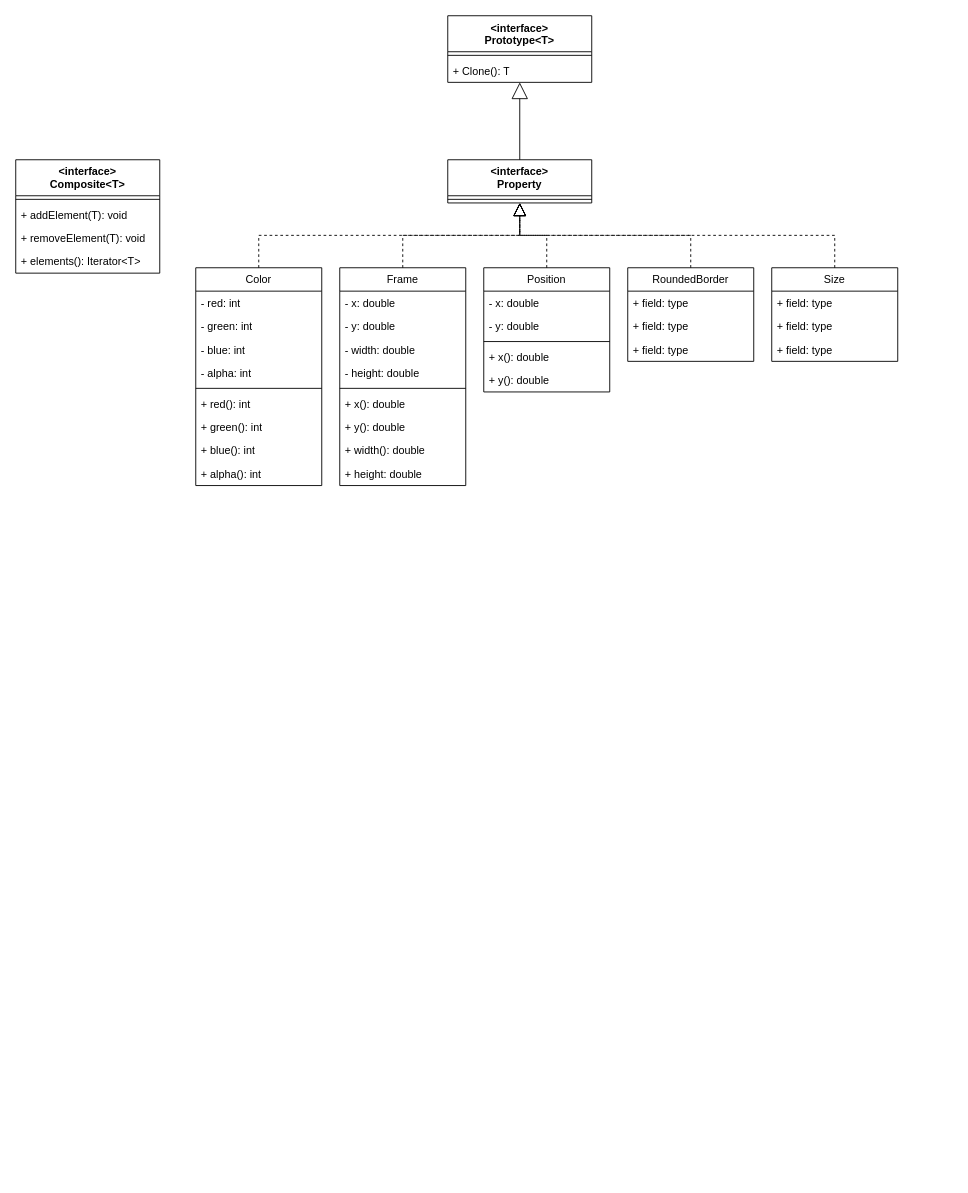
Before: Diagramme sans nom.drawio in FlorianClaisse/drawio, a draw.io diagram. Source tidied: cells renumbered, new cells numbered last; positions are measured from the earlier drawing's top-left corner, leaving out a move shared by most shapes. Both pictures are drawn from the tidied source at 90%, with x=0, y=0 at pixel (15, 15).
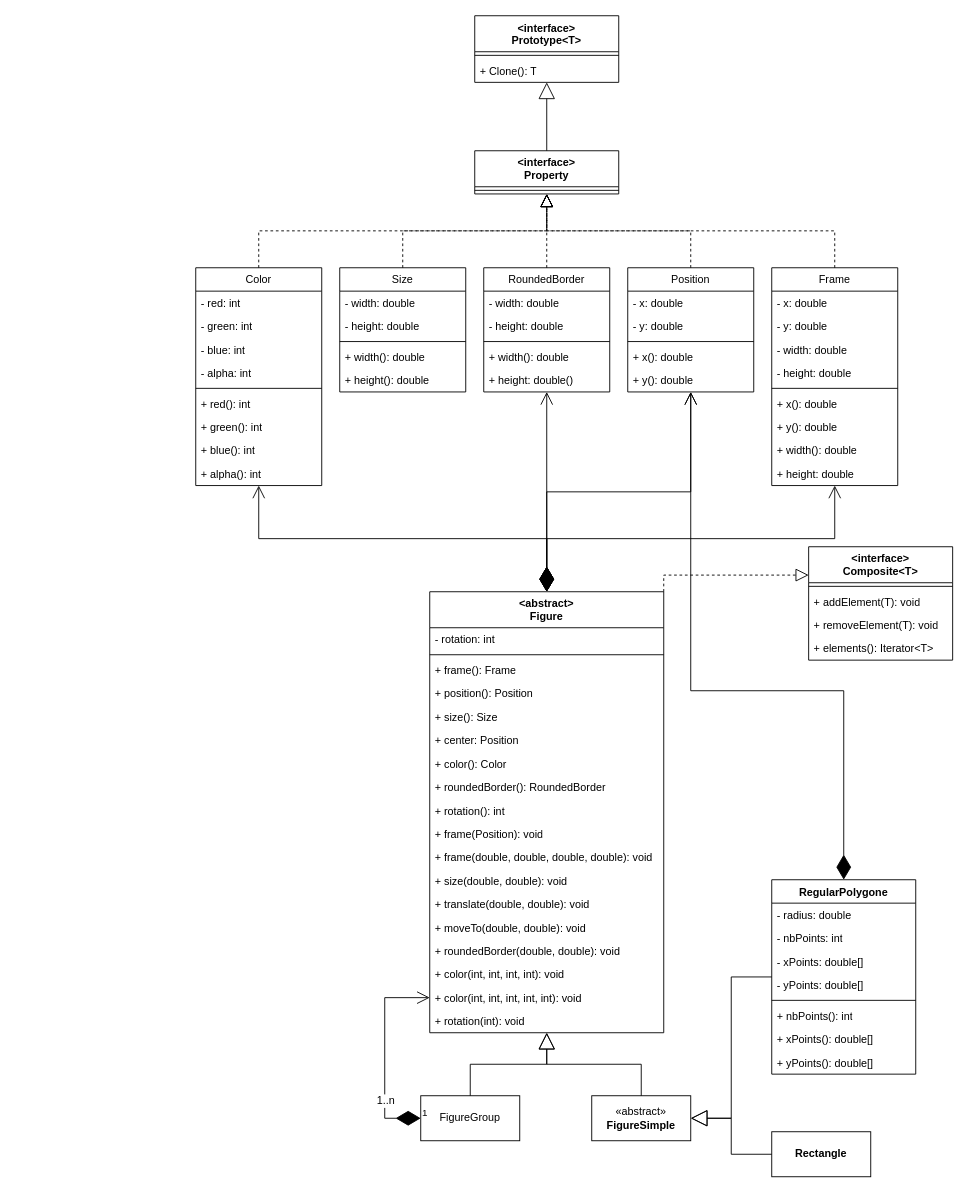
The same diagram, later.

Commit message (it also covers changes not shown here):
Mettre à jour Diagramme sans nom.drawio

Unchanged cells that the change refers to:
```xml
<mxCell id="12" value="Color" style="swimlane;fontStyle=0;horizontal=1;startSize=26;fillColor=none;whiteSpace=wrap;html=1;" parent="1" vertex="1">
  <mxGeometry x="200" y="280" width="140" height="242" as="geometry" />
</mxCell>
```

Change to the diagram source:
```diff
@@
     <mxCell id="2" value="&amp;lt;interface&amp;gt;&lt;div&gt;Prototype&amp;lt;T&amp;gt;&lt;/div&gt;" style="swimlane;fontStyle=1;align=center;verticalAlign=top;horizontal=1;startSize=40;whiteSpace=wrap;html=1;" parent="1" vertex="1">
-      <mxGeometry x="480" width="160" height="74" as="geometry" />
+      <mxGeometry x="510" width="160" height="74" as="geometry" />
     </mxCell>
@@
     <mxCell id="5" value="&amp;lt;interface&amp;gt;&lt;div&gt;Composite&amp;lt;T&amp;gt;&lt;/div&gt;" style="swimlane;fontStyle=1;align=center;verticalAlign=top;horizontal=1;startSize=40;whiteSpace=wrap;html=1;" parent="1" vertex="1">
-      <mxGeometry y="160" width="160" height="126" as="geometry" />
+      <mxGeometry x="881" y="590" width="160" height="126" as="geometry" />
     </mxCell>
@@
     <mxCell id="10" value="&amp;lt;interface&amp;gt;&lt;div&gt;Property&lt;/div&gt;" style="swimlane;fontStyle=1;align=center;verticalAlign=top;horizontal=1;startSize=40;whiteSpace=wrap;html=1;" parent="1" vertex="1">
-      <mxGeometry x="480" y="160" width="160" height="48" as="geometry" />
+      <mxGeometry x="510" y="150" width="160" height="48" as="geometry" />
     </mxCell>
@@
     <mxCell id="22" value="Size" style="swimlane;fontStyle=0;horizontal=1;startSize=26;fillColor=none;whiteSpace=wrap;html=1;" parent="1" vertex="1">
-      <mxGeometry x="840" y="280" width="140" height="104" as="geometry" />
+      <mxGeometry x="360" y="280" width="140" height="138" as="geometry" />
     </mxCell>
-    <mxCell id="23" value="+ field: type" style="text;strokeColor=none;fillColor=none;align=left;verticalAlign=top;spacingLeft=4;spacingRight=4;overflow=hidden;whiteSpace=wrap;html=1;" parent="22" vertex="1">
+    <mxCell id="23" value="- width: double" style="text;strokeColor=none;fillColor=none;align=left;verticalAlign=top;spacingLeft=4;spacingRight=4;overflow=hidden;whiteSpace=wrap;html=1;" parent="22" vertex="1">
       <mxGeometry y="26" width="140" height="26" as="geometry" />
     </mxCell>
-    <mxCell id="24" value="+ field: type" style="text;strokeColor=none;fillColor=none;align=left;verticalAlign=top;spacingLeft=4;spacingRight=4;overflow=hidden;whiteSpace=wrap;html=1;" parent="22" vertex="1">
+    <mxCell id="24" value="- height: double" style="text;strokeColor=none;fillColor=none;align=left;verticalAlign=top;spacingLeft=4;spacingRight=4;overflow=hidden;whiteSpace=wrap;html=1;" parent="22" vertex="1">
       <mxGeometry y="52" width="140" height="26" as="geometry" />
     </mxCell>
+    <mxCell id="52" style="line;strokeWidth=1;fillColor=none;align=left;verticalAlign=middle;spacingTop=-1;spacingLeft=3;spacingRight=3;labelPosition=right;strokeColor=inherit;" parent="22" vertex="1">
+      <mxGeometry y="78" width="140" height="8" as="geometry" />
+    </mxCell>
-    <mxCell id="25" value="+ field: type" style="text;strokeColor=none;fillColor=none;align=left;verticalAlign=top;spacingLeft=4;spacingRight=4;overflow=hidden;whiteSpace=wrap;html=1;" parent="22" vertex="1">
-      <mxGeometry y="78" width="140" height="26" as="geometry" />
+    <mxCell id="25" value="+ width(): double" style="text;strokeColor=none;fillColor=none;align=left;verticalAlign=top;spacingLeft=4;spacingRight=4;overflow=hidden;whiteSpace=wrap;html=1;" parent="22" vertex="1">
+      <mxGeometry y="86" width="140" height="26" as="geometry" />
     </mxCell>
+    <mxCell id="53" value="+ height(): double" style="text;strokeColor=none;fillColor=none;align=left;verticalAlign=top;spacingLeft=4;spacingRight=4;overflow=hidden;whiteSpace=wrap;html=1;" parent="22" vertex="1">
+      <mxGeometry y="112" width="140" height="26" as="geometry" />
+    </mxCell>
     <mxCell id="26" value="RoundedBorder" style="swimlane;fontStyle=0;horizontal=1;startSize=26;fillColor=none;whiteSpace=wrap;html=1;" parent="1" vertex="1">
-      <mxGeometry x="680" y="280" width="140" height="104" as="geometry" />
+      <mxGeometry x="520" y="280" width="140" height="138" as="geometry" />
     </mxCell>
-    <mxCell id="27" value="+ field: type" style="text;strokeColor=none;fillColor=none;align=left;verticalAlign=top;spacingLeft=4;spacingRight=4;overflow=hidden;whiteSpace=wrap;html=1;" parent="26" vertex="1">
+    <mxCell id="27" value="- width: double" style="text;strokeColor=none;fillColor=none;align=left;verticalAlign=top;spacingLeft=4;spacingRight=4;overflow=hidden;whiteSpace=wrap;html=1;" parent="26" vertex="1">
       <mxGeometry y="26" width="140" height="26" as="geometry" />
     </mxCell>
-    <mxCell id="28" value="+ field: type" style="text;strokeColor=none;fillColor=none;align=left;verticalAlign=top;spacingLeft=4;spacingRight=4;overflow=hidden;whiteSpace=wrap;html=1;" parent="26" vertex="1">
+    <mxCell id="28" value="- height: double" style="text;strokeColor=none;fillColor=none;align=left;verticalAlign=top;spacingLeft=4;spacingRight=4;overflow=hidden;whiteSpace=wrap;html=1;" parent="26" vertex="1">
       <mxGeometry y="52" width="140" height="26" as="geometry" />
     </mxCell>
-    <mxCell id="29" value="+ field: type" style="text;strokeColor=none;fillColor=none;align=left;verticalAlign=top;spacingLeft=4;spacingRight=4;overflow=hidden;whiteSpace=wrap;html=1;" parent="26" vertex="1">
-      <mxGeometry y="78" width="140" height="26" as="geometry" />
-    </mxCell>
+    <mxCell id="54" style="line;strokeWidth=1;fillColor=none;align=left;verticalAlign=middle;spacingTop=-1;spacingLeft=3;spacingRight=3;labelPosition=right;strokeColor=inherit;" parent="26" vertex="1">
+      <mxGeometry y="78" width="140" height="8" as="geometry" />
+    </mxCell>
+    <mxCell id="55" value="+ width(): double" style="text;strokeColor=none;fillColor=none;align=left;verticalAlign=top;spacingLeft=4;spacingRight=4;overflow=hidden;whiteSpace=wrap;html=1;" parent="26" vertex="1">
+      <mxGeometry y="86" width="140" height="26" as="geometry" />
+    </mxCell>
+    <mxCell id="56" value="+ height: double()" style="text;strokeColor=none;fillColor=none;align=left;verticalAlign=top;spacingLeft=4;spacingRight=4;overflow=hidden;whiteSpace=wrap;html=1;" parent="26" vertex="1">
+      <mxGeometry y="112" width="140" height="26" as="geometry" />
+    </mxCell>
     <mxCell id="30" value="Position" style="swimlane;fontStyle=0;horizontal=1;startSize=26;fillColor=none;whiteSpace=wrap;html=1;" parent="1" vertex="1">
-      <mxGeometry x="520" y="280" width="140" height="138" as="geometry" />
+      <mxGeometry x="680" y="280" width="140" height="138" as="geometry" />
     </mxCell>
@@
     <mxCell id="36" value="Frame" style="swimlane;fontStyle=0;horizontal=1;startSize=26;fillColor=none;whiteSpace=wrap;html=1;" parent="1" vertex="1">
-      <mxGeometry x="360" y="280" width="140" height="242" as="geometry" />
+      <mxGeometry x="840" y="280" width="140" height="242" as="geometry" />
     </mxCell>
@@
-    <mxCell id="46" style="endArrow=block;endSize=16;endFill=0;html=1;rounded=0;exitX=0.5;exitY=0;exitDx=0;exitDy=0;" parent="1" edge="1" source="10" target="2">
+    <mxCell id="46" style="endArrow=block;endSize=16;endFill=0;html=1;rounded=0;exitX=0.5;exitY=0;exitDx=0;exitDy=0;edgeStyle=orthogonalEdgeStyle;" parent="1" edge="1" source="10" target="2">
       <mxGeometry relative="1" as="geometry" />
     </mxCell>
@@
+    <mxCell id="57" value="&lt;div&gt;&amp;lt;abstract&amp;gt;&lt;/div&gt;Figure" style="swimlane;fontStyle=1;align=center;verticalAlign=top;horizontal=1;startSize=40;whiteSpace=wrap;html=1;" parent="1" vertex="1">
+      <mxGeometry x="460" y="640" width="260" height="490" as="geometry" />
+    </mxCell>
+    <mxCell id="58" value="- rotation: int" style="text;strokeColor=none;fillColor=none;align=left;verticalAlign=top;spacingLeft=4;spacingRight=4;overflow=hidden;whiteSpace=wrap;html=1;" parent="57" vertex="1">
+      <mxGeometry y="40" width="260" height="26" as="geometry" />
+    </mxCell>
+    <mxCell id="59" style="line;strokeWidth=1;fillColor=none;align=left;verticalAlign=middle;spacingTop=-1;spacingLeft=3;spacingRight=3;labelPosition=right;strokeColor=inherit;" parent="57" vertex="1">
+      <mxGeometry y="66" width="260" height="8" as="geometry" />
+    </mxCell>
+    <mxCell id="60" value="+ frame(): Frame" style="text;strokeColor=none;fillColor=none;align=left;verticalAlign=top;spacingLeft=4;spacingRight=4;overflow=hidden;whiteSpace=wrap;html=1;" parent="57" vertex="1">
+      <mxGeometry y="74" width="260" height="26" as="geometry" />
+    </mxCell>
+    <mxCell id="61" value="+ position(): Position" style="text;strokeColor=none;fillColor=none;align=left;verticalAlign=top;spacingLeft=4;spacingRight=4;overflow=hidden;whiteSpace=wrap;html=1;" parent="57" vertex="1">
+      <mxGeometry y="100" width="260" height="26" as="geometry" />
+    </mxCell>
+    <mxCell id="62" value="+ size(): Size" style="text;strokeColor=none;fillColor=none;align=left;verticalAlign=top;spacingLeft=4;spacingRight=4;overflow=hidden;whiteSpace=wrap;html=1;" parent="57" vertex="1">
+      <mxGeometry y="126" width="260" height="26" as="geometry" />
+    </mxCell>
+    <mxCell id="63" value="+ center: Position" style="text;strokeColor=none;fillColor=none;align=left;verticalAlign=top;spacingLeft=4;spacingRight=4;overflow=hidden;whiteSpace=wrap;html=1;" parent="57" vertex="1">
+      <mxGeometry y="152" width="260" height="26" as="geometry" />
+    </mxCell>
+    <mxCell id="64" value="+ color(): Color" style="text;strokeColor=none;fillColor=none;align=left;verticalAlign=top;spacingLeft=4;spacingRight=4;overflow=hidden;whiteSpace=wrap;html=1;" parent="57" vertex="1">
+      <mxGeometry y="178" width="260" height="26" as="geometry" />
+    </mxCell>
+    <mxCell id="65" value="+ roundedBorder(): RoundedBorder" style="text;strokeColor=none;fillColor=none;align=left;verticalAlign=top;spacingLeft=4;spacingRight=4;overflow=hidden;whiteSpace=wrap;html=1;" parent="57" vertex="1">
+      <mxGeometry y="204" width="260" height="26" as="geometry" />
+    </mxCell>
+    <mxCell id="66" value="+ rotation(): int" style="text;strokeColor=none;fillColor=none;align=left;verticalAlign=top;spacingLeft=4;spacingRight=4;overflow=hidden;whiteSpace=wrap;html=1;" parent="57" vertex="1">
+      <mxGeometry y="230" width="260" height="26" as="geometry" />
+    </mxCell>
+    <mxCell id="67" value="+ frame(Position): void" style="text;strokeColor=none;fillColor=none;align=left;verticalAlign=top;spacingLeft=4;spacingRight=4;overflow=hidden;whiteSpace=wrap;html=1;" parent="57" vertex="1">
+      <mxGeometry y="256" width="260" height="26" as="geometry" />
+    </mxCell>
+    <mxCell id="68" value="+ frame(double, double, double, double): void" style="text;strokeColor=none;fillColor=none;align=left;verticalAlign=top;spacingLeft=4;spacingRight=4;overflow=hidden;whiteSpace=wrap;html=1;" parent="57" vertex="1">
+      <mxGeometry y="282" width="260" height="26" as="geometry" />
+    </mxCell>
+    <mxCell id="69" value="+ size(double, double): void" style="text;strokeColor=none;fillColor=none;align=left;verticalAlign=top;spacingLeft=4;spacingRight=4;overflow=hidden;whiteSpace=wrap;html=1;" parent="57" vertex="1">
+      <mxGeometry y="308" width="260" height="26" as="geometry" />
+    </mxCell>
+    <mxCell id="70" value="+ translate(double, double): void" style="text;strokeColor=none;fillColor=none;align=left;verticalAlign=top;spacingLeft=4;spacingRight=4;overflow=hidden;whiteSpace=wrap;html=1;" parent="57" vertex="1">
+      <mxGeometry y="334" width="260" height="26" as="geometry" />
+    </mxCell>
+    <mxCell id="71" value="+ moveTo(double, double): void" style="text;strokeColor=none;fillColor=none;align=left;verticalAlign=top;spacingLeft=4;spacingRight=4;overflow=hidden;whiteSpace=wrap;html=1;" parent="57" vertex="1">
+      <mxGeometry y="360" width="260" height="26" as="geometry" />
+    </mxCell>
+    <mxCell id="72" value="+ roundedBorder(double, double): void" style="text;strokeColor=none;fillColor=none;align=left;verticalAlign=top;spacingLeft=4;spacingRight=4;overflow=hidden;whiteSpace=wrap;html=1;" parent="57" vertex="1">
+      <mxGeometry y="386" width="260" height="26" as="geometry" />
+    </mxCell>
+    <mxCell id="73" value="+ color(int, int, int, int): void" style="text;strokeColor=none;fillColor=none;align=left;verticalAlign=top;spacingLeft=4;spacingRight=4;overflow=hidden;whiteSpace=wrap;html=1;" parent="57" vertex="1">
+      <mxGeometry y="412" width="260" height="26" as="geometry" />
+    </mxCell>
+    <mxCell id="74" value="+ color(int, int, int, int, int): void" style="text;strokeColor=none;fillColor=none;align=left;verticalAlign=top;spacingLeft=4;spacingRight=4;overflow=hidden;points=[[0,0.5],[1,0.5]];portConstraint=eastwest;whiteSpace=wrap;html=1;" parent="57" vertex="1">
+      <mxGeometry y="438" width="260" height="26" as="geometry" />
+    </mxCell>
+    <mxCell id="75" value="+ rotation(int): void" style="text;strokeColor=none;fillColor=none;align=left;verticalAlign=top;spacingLeft=4;spacingRight=4;overflow=hidden;whiteSpace=wrap;html=1;" parent="57" vertex="1">
+      <mxGeometry y="464" width="260" height="26" as="geometry" />
+    </mxCell>
+    <mxCell id="76" style="endArrow=block;dashed=1;endFill=0;endSize=12;html=1;rounded=0;exitX=1;exitY=0;exitDx=0;exitDy=0;entryX=0;entryY=0.25;entryDx=0;entryDy=0;edgeStyle=orthogonalEdgeStyle;" parent="1" edge="1" source="57" target="5">
+      <mxGeometry relative="1" as="geometry" />
+    </mxCell>
+    <mxCell id="77" style="endArrow=open;html=1;endSize=12;startArrow=diamondThin;startSize=25;startFill=1;edgeStyle=orthogonalEdgeStyle;align=left;verticalAlign=bottom;rounded=0;exitX=0.5;exitY=0;exitDx=0;exitDy=0;strokeWidth=1;" parent="1" edge="1" source="57" target="12">
+      <mxGeometry x="-1" y="3" relative="1" as="geometry" />
+    </mxCell>
+    <mxCell id="78" style="endArrow=open;html=1;endSize=12;startArrow=diamondThin;startSize=25;startFill=1;edgeStyle=orthogonalEdgeStyle;align=left;verticalAlign=bottom;rounded=0;exitX=0.5;exitY=0;exitDx=0;exitDy=0;strokeWidth=1;" parent="1" edge="1" source="57" target="26">
+      <mxGeometry x="-1" y="3" relative="1" as="geometry" />
+    </mxCell>
+    <mxCell id="79" style="endArrow=open;html=1;endSize=12;startArrow=diamondThin;startSize=25;startFill=1;edgeStyle=orthogonalEdgeStyle;align=left;verticalAlign=bottom;rounded=0;exitX=0.5;exitY=0;exitDx=0;exitDy=0;strokeWidth=1;" parent="1" edge="1" source="57" target="36">
+      <mxGeometry x="-1" y="3" relative="1" as="geometry" />
+    </mxCell>
+    <mxCell id="80" style="endArrow=open;html=1;endSize=12;startArrow=diamondThin;startSize=25;startFill=1;edgeStyle=orthogonalEdgeStyle;align=left;verticalAlign=bottom;rounded=0;exitX=0.5;exitY=0;exitDx=0;exitDy=0;strokeWidth=1;" parent="1" edge="1" source="57" target="30">
+      <mxGeometry x="-1" y="3" relative="1" as="geometry" />
+    </mxCell>
+    <mxCell id="81" value="«abstract»&lt;br&gt;&lt;b&gt;FigureSimple&lt;/b&gt;" style="html=1;whiteSpace=wrap;" parent="1" vertex="1">
+      <mxGeometry x="640" y="1200" width="110" height="50" as="geometry" />
+    </mxCell>
+    <mxCell id="82" value="FigureGroup" style="html=1;whiteSpace=wrap;" parent="1" vertex="1">
+      <mxGeometry x="450" y="1200" width="110" height="50" as="geometry" />
+    </mxCell>
+    <mxCell id="83" style="endArrow=block;endSize=16;endFill=0;html=1;rounded=0;exitX=0.5;exitY=0;exitDx=0;exitDy=0;edgeStyle=orthogonalEdgeStyle;" parent="1" edge="1" source="82" target="57">
+      <mxGeometry relative="1" as="geometry" />
+    </mxCell>
+    <mxCell id="84" style="endArrow=block;endSize=16;endFill=0;html=1;rounded=0;exitX=0.5;exitY=0;exitDx=0;exitDy=0;edgeStyle=orthogonalEdgeStyle;" parent="1" edge="1" source="81" target="57">
+      <mxGeometry relative="1" as="geometry" />
+    </mxCell>
+    <mxCell id="85" value="1" style="endArrow=open;html=1;endSize=12;startArrow=diamondThin;startSize=25;startFill=1;edgeStyle=orthogonalEdgeStyle;align=left;verticalAlign=bottom;rounded=0;exitX=0;exitY=0.5;exitDx=0;exitDy=0;entryX=0;entryY=0.5;entryDx=0;entryDy=0;" parent="1" edge="1" source="82" target="74">
+      <mxGeometry x="-1" y="3" relative="1" as="geometry">
+        <Array as="points">
+          <mxPoint x="410" y="1225" />
+          <mxPoint x="410" y="1091" />
+        </Array>
+      </mxGeometry>
+    </mxCell>
+    <mxCell id="86" value="1..n" style="edgeLabel;html=1;align=center;verticalAlign=middle;fontSize=12;" parent="85" vertex="1">
+      <mxGeometry x="-0.5" y="-2" relative="1" as="geometry">
+        <mxPoint x="-2" y="-4" as="offset" />
+      </mxGeometry>
+    </mxCell>
+    <mxCell id="87" value="&lt;b&gt;Rectangle&lt;/b&gt;" style="html=1;whiteSpace=wrap;" parent="1" vertex="1">
+      <mxGeometry x="840" y="1240" width="110" height="50" as="geometry" />
+    </mxCell>
+    <mxCell id="88" style="endArrow=block;endSize=16;endFill=0;html=1;rounded=0;exitX=0;exitY=0.5;exitDx=0;exitDy=0;entryX=1;entryY=0.5;entryDx=0;entryDy=0;edgeStyle=orthogonalEdgeStyle;" parent="1" edge="1" source="87" target="81">
+      <mxGeometry relative="1" as="geometry" />
+    </mxCell>
+    <mxCell id="89" value="RegularPolygone" style="swimlane;fontStyle=1;align=center;verticalAlign=top;horizontal=1;startSize=26;whiteSpace=wrap;html=1;" parent="1" vertex="1">
+      <mxGeometry x="840" y="960" width="160" height="216" as="geometry" />
+    </mxCell>
+    <mxCell id="90" value="- radius: double" style="text;strokeColor=none;fillColor=none;align=left;verticalAlign=top;spacingLeft=4;spacingRight=4;overflow=hidden;whiteSpace=wrap;html=1;" parent="89" vertex="1">
+      <mxGeometry y="26" width="160" height="26" as="geometry" />
+    </mxCell>
+    <mxCell id="91" value="- nbPoints: int" style="text;strokeColor=none;fillColor=none;align=left;verticalAlign=top;spacingLeft=4;spacingRight=4;overflow=hidden;whiteSpace=wrap;html=1;" parent="89" vertex="1">
+      <mxGeometry y="52" width="160" height="26" as="geometry" />
+    </mxCell>
+    <mxCell id="92" value="- xPoints: double[]" style="text;strokeColor=none;fillColor=none;align=left;verticalAlign=top;spacingLeft=4;spacingRight=4;overflow=hidden;whiteSpace=wrap;html=1;" parent="89" vertex="1">
+      <mxGeometry y="78" width="160" height="26" as="geometry" />
+    </mxCell>
+    <mxCell id="93" value="- yPoints: double[]" style="text;strokeColor=none;fillColor=none;align=left;verticalAlign=top;spacingLeft=4;spacingRight=4;overflow=hidden;whiteSpace=wrap;html=1;" parent="89" vertex="1">
+      <mxGeometry y="104" width="160" height="26" as="geometry" />
+    </mxCell>
+    <mxCell id="94" style="line;strokeWidth=1;fillColor=none;align=left;verticalAlign=middle;spacingTop=-1;spacingLeft=3;spacingRight=3;labelPosition=right;strokeColor=inherit;" parent="89" vertex="1">
+      <mxGeometry y="130" width="160" height="8" as="geometry" />
+    </mxCell>
+    <mxCell id="95" value="+ nbPoints(): int" style="text;strokeColor=none;fillColor=none;align=left;verticalAlign=top;spacingLeft=4;spacingRight=4;overflow=hidden;whiteSpace=wrap;html=1;" parent="89" vertex="1">
+      <mxGeometry y="138" width="160" height="26" as="geometry" />
+    </mxCell>
+    <mxCell id="96" value="+ xPoints(): double[]" style="text;strokeColor=none;fillColor=none;align=left;verticalAlign=top;spacingLeft=4;spacingRight=4;overflow=hidden;whiteSpace=wrap;html=1;" parent="89" vertex="1">
+      <mxGeometry y="164" width="160" height="26" as="geometry" />
+    </mxCell>
+    <mxCell id="97" value="+ yPoints(): double[]" style="text;strokeColor=none;fillColor=none;align=left;verticalAlign=top;spacingLeft=4;spacingRight=4;overflow=hidden;whiteSpace=wrap;html=1;" parent="89" vertex="1">
+      <mxGeometry y="190" width="160" height="26" as="geometry" />
+    </mxCell>
+    <mxCell id="98" style="endArrow=open;html=1;endSize=12;startArrow=diamondThin;startSize=25;startFill=1;edgeStyle=orthogonalEdgeStyle;align=left;verticalAlign=bottom;rounded=0;exitX=0.5;exitY=0;exitDx=0;exitDy=0;strokeWidth=1;" parent="1" edge="1" source="89" target="30">
+      <mxGeometry x="-1" y="3" relative="1" as="geometry">
+        <Array as="points">
+          <mxPoint x="920" y="750" />
+          <mxPoint x="750" y="750" />
+        </Array>
+      </mxGeometry>
+    </mxCell>
+    <mxCell id="99" style="endArrow=block;endSize=16;endFill=0;html=1;rounded=0;entryX=1;entryY=0.5;entryDx=0;entryDy=0;edgeStyle=orthogonalEdgeStyle;" parent="1" edge="1" source="89" target="81">
+      <mxGeometry relative="1" as="geometry" />
+    </mxCell>
```
